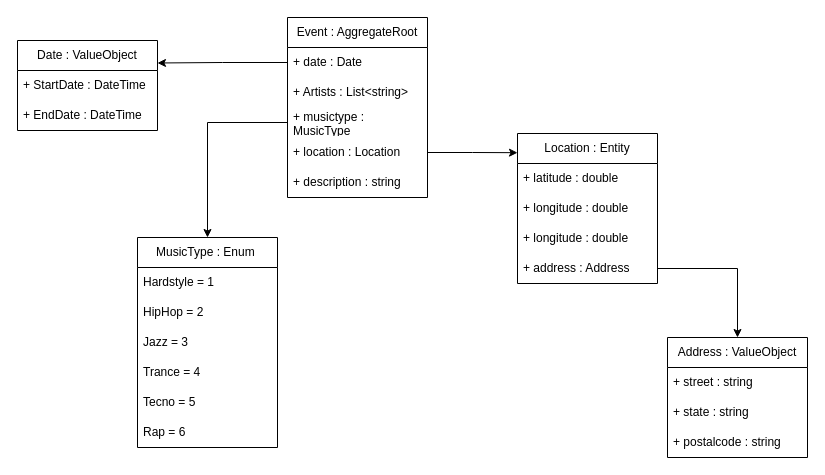
This is diagrams/Event.drawio from TiagoMoreira003/EventService, a draw.io file, before an edit. Source tidied: cells renumbered, new cells numbered last; positions are measured from the earlier drawing's top-left corner, leaving out a move shared by most shapes. Both pictures are drawn from the tidied source at 100%, with x=0, y=0 at pixel (17, 17).
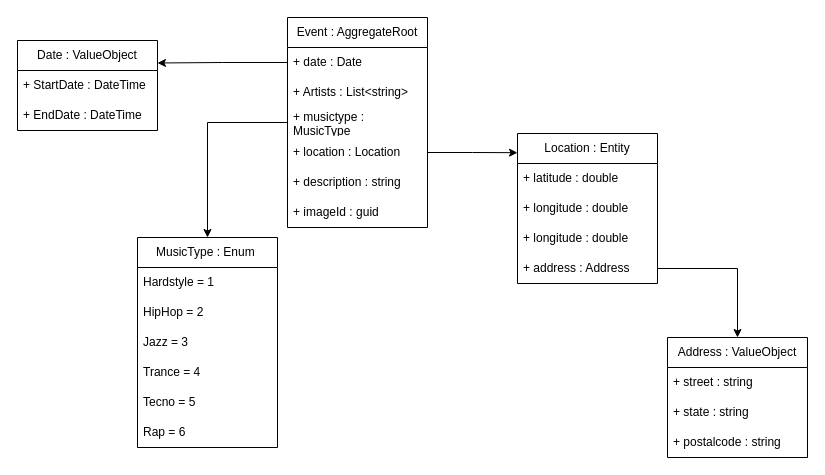
The same diagram, later.

What changed in the source:
```diff
@@
     <mxCell id="2" value="Event : AggregateRoot" style="swimlane;fontStyle=0;horizontal=1;startSize=30;whiteSpace=wrap;html=1;" parent="1" vertex="1">
-      <mxGeometry x="270" width="140" height="180" as="geometry" />
+      <mxGeometry x="270" width="140" height="210" as="geometry" />
     </mxCell>
@@
+    <mxCell id="31" value="+ description : string" style="text;strokeColor=none;fillColor=none;align=left;verticalAlign=middle;spacingLeft=4;spacingRight=4;overflow=hidden;whiteSpace=wrap;html=1;" parent="2" vertex="1">
+      <mxGeometry y="150" width="140" height="30" as="geometry" />
+    </mxCell>
-    <mxCell id="7" value="+ description : string" style="text;strokeColor=none;fillColor=none;align=left;verticalAlign=middle;spacingLeft=4;spacingRight=4;overflow=hidden;whiteSpace=wrap;html=1;" parent="2" vertex="1">
-      <mxGeometry y="150" width="140" height="30" as="geometry" />
+    <mxCell id="7" value="+ imageId : guid&amp;nbsp;" style="text;strokeColor=none;fillColor=none;align=left;verticalAlign=middle;spacingLeft=4;spacingRight=4;overflow=hidden;whiteSpace=wrap;html=1;" parent="2" vertex="1">
+      <mxGeometry y="180" width="140" height="30" as="geometry" />
     </mxCell>
```
